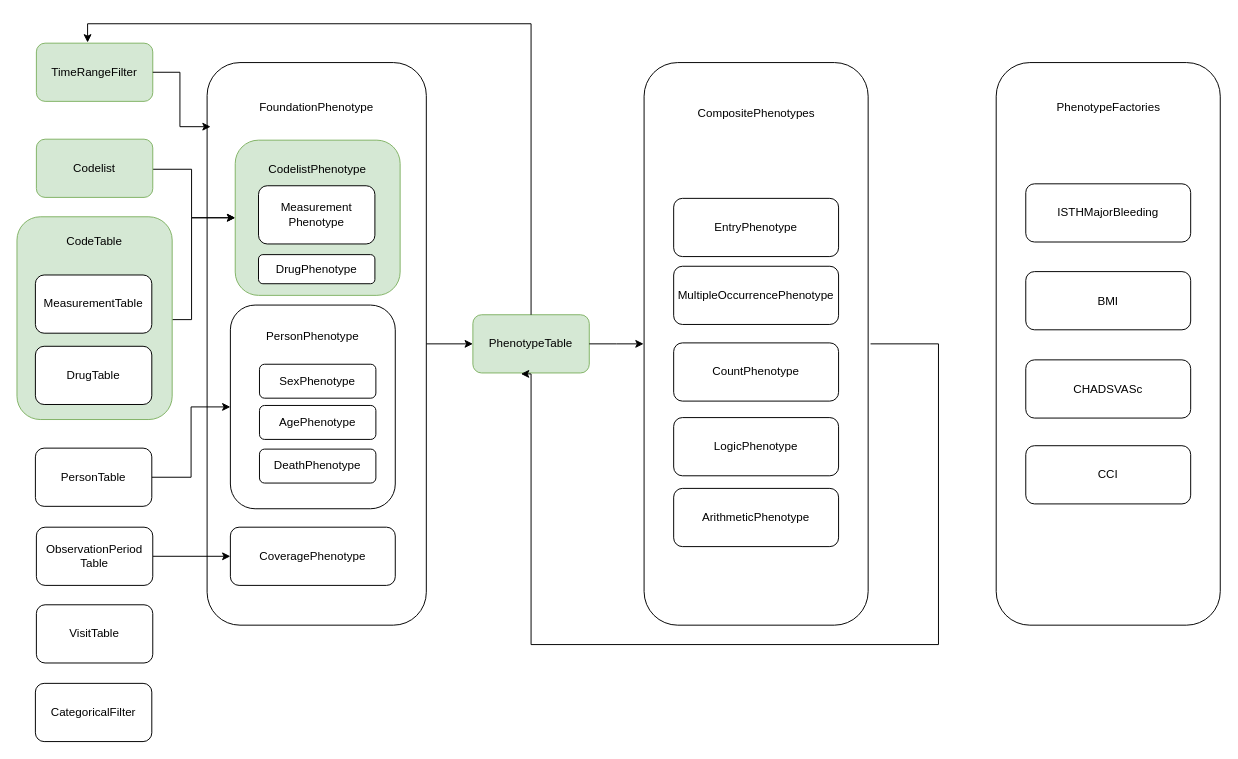
The draw.io diagram docs/assets/architecture.drawio in Bayer-Group/PhenEx, before the edit. Source tidied: cells renumbered, new cells numbered last; positions are measured from the earlier drawing's top-left corner, leaving out a move shared by most shapes. Both pictures are drawn from the tidied source at 97%, with x=0, y=0 at pixel (16, 23).
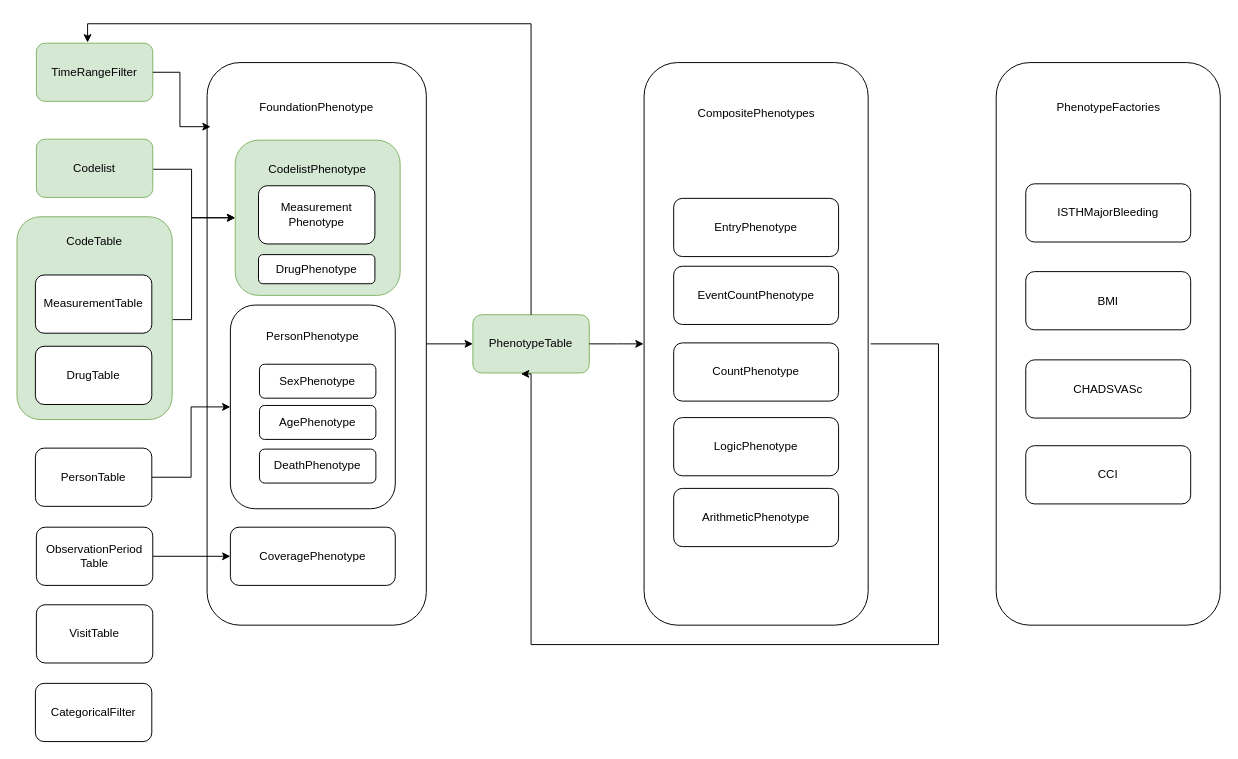
After the change.

What changed in the source:
```diff
@@
-    <mxCell id="27" value="MultipleOccurrencePhenotype" style="rounded=1;whiteSpace=wrap;html=1;" parent="1" vertex="1">
+    <mxCell id="27" value="EventCountPhenotype" style="rounded=1;whiteSpace=wrap;html=1;" parent="1" vertex="1">
       <mxGeometry x="677" y="250" width="170" height="60" as="geometry" />
     </mxCell>
```
